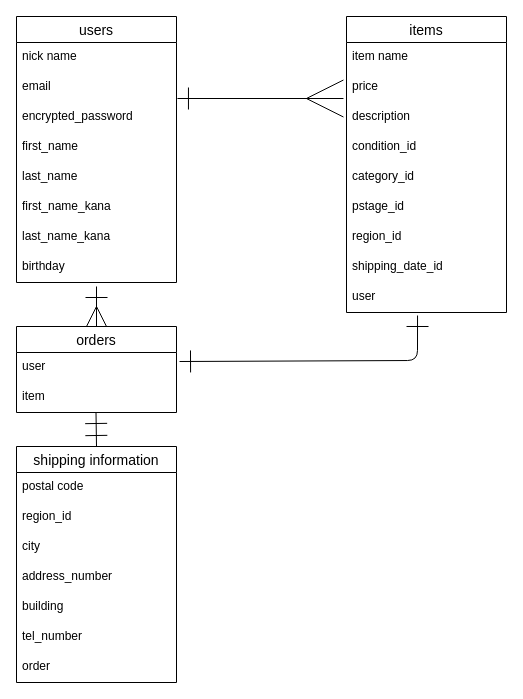
TETSU-A7240/furima-39207 keeps this draw.io diagram as ER.dio. Above is the earlier version. Source tidied: cells renumbered, new cells numbered last; positions are measured from the earlier drawing's top-left corner, leaving out a move shared by most shapes. Both pictures are drawn from the tidied source at 100%, with x=0, y=0 at pixel (16, 16).
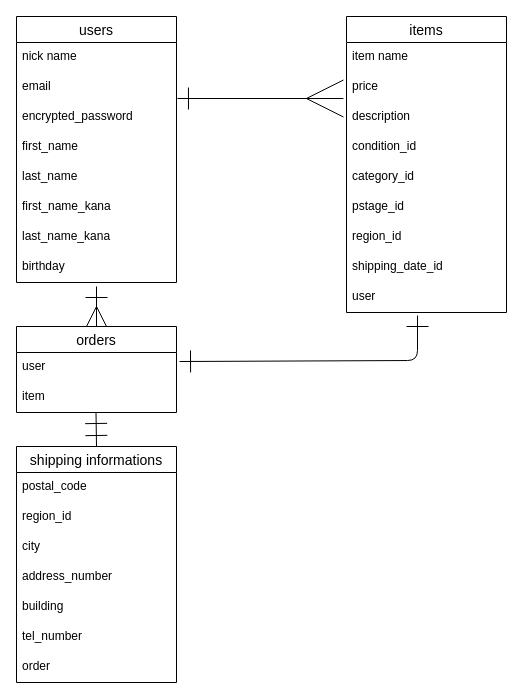
After the change.

Commit message (it also covers changes not shown here):
データベース設計修正④

What changed in the source:
```diff
@@
-    <mxCell id="21" value="shipping information" style="swimlane;fontStyle=0;horizontal=1;startSize=26;align=center;fontSize=14;" parent="1" vertex="1">
+    <mxCell id="21" value="shipping informations" style="swimlane;fontStyle=0;horizontal=1;startSize=26;align=center;fontSize=14;" parent="1" vertex="1">
       <mxGeometry y="430" width="160" height="236" as="geometry" />
     </mxCell>
-    <mxCell id="22" value="postal code" style="text;strokeColor=none;fillColor=none;spacingLeft=4;spacingRight=4;overflow=hidden;fontSize=12;" parent="21" vertex="1">
+    <mxCell id="22" value="postal_code" style="text;strokeColor=none;fillColor=none;spacingLeft=4;spacingRight=4;overflow=hidden;fontSize=12;" parent="21" vertex="1">
       <mxGeometry y="26" width="160" height="30" as="geometry" />
     </mxCell>
```
